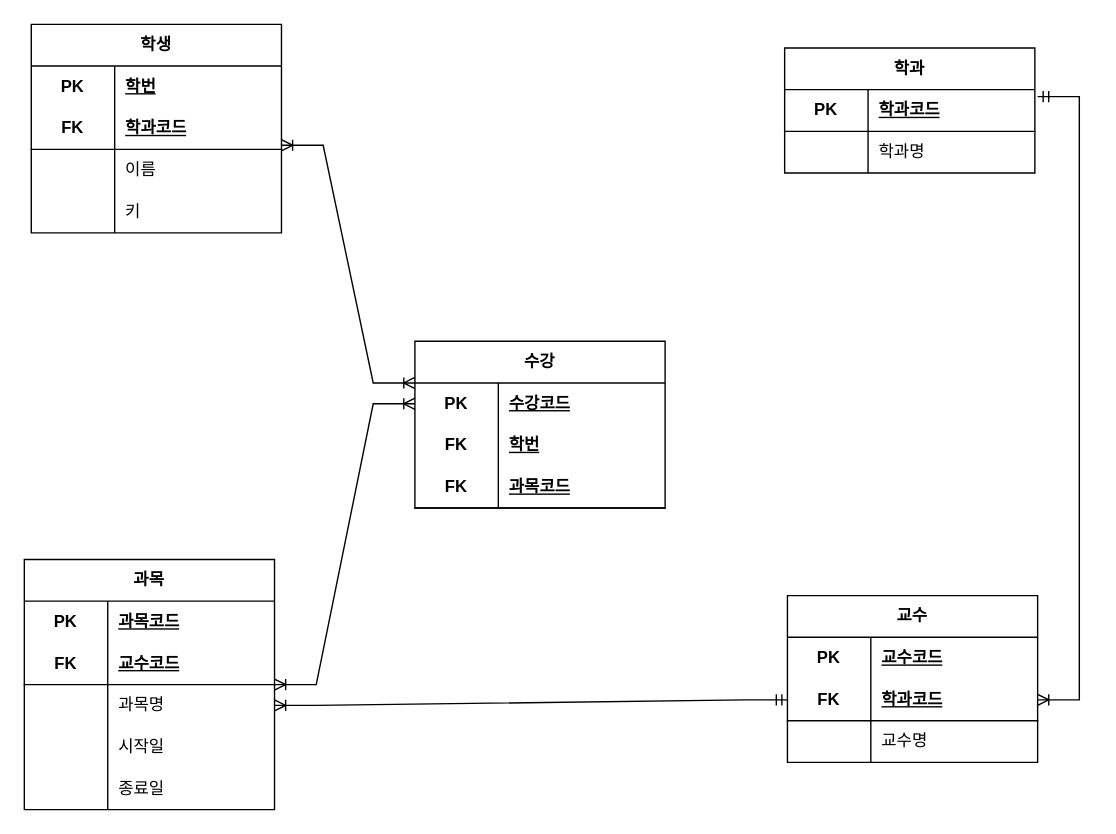
Earlier version of the draw.io diagram page "릴레이션" (2 of 2) of 학사관리.drawio (jinkyungpark/dbdesign). Source tidied: cells renumbered, new cells numbered last; positions are measured from the earlier drawing's top-left corner, leaving out a move shared by most shapes. Both pictures are drawn from the tidied source at 139%, with x=0, y=0 at pixel (24, 24).
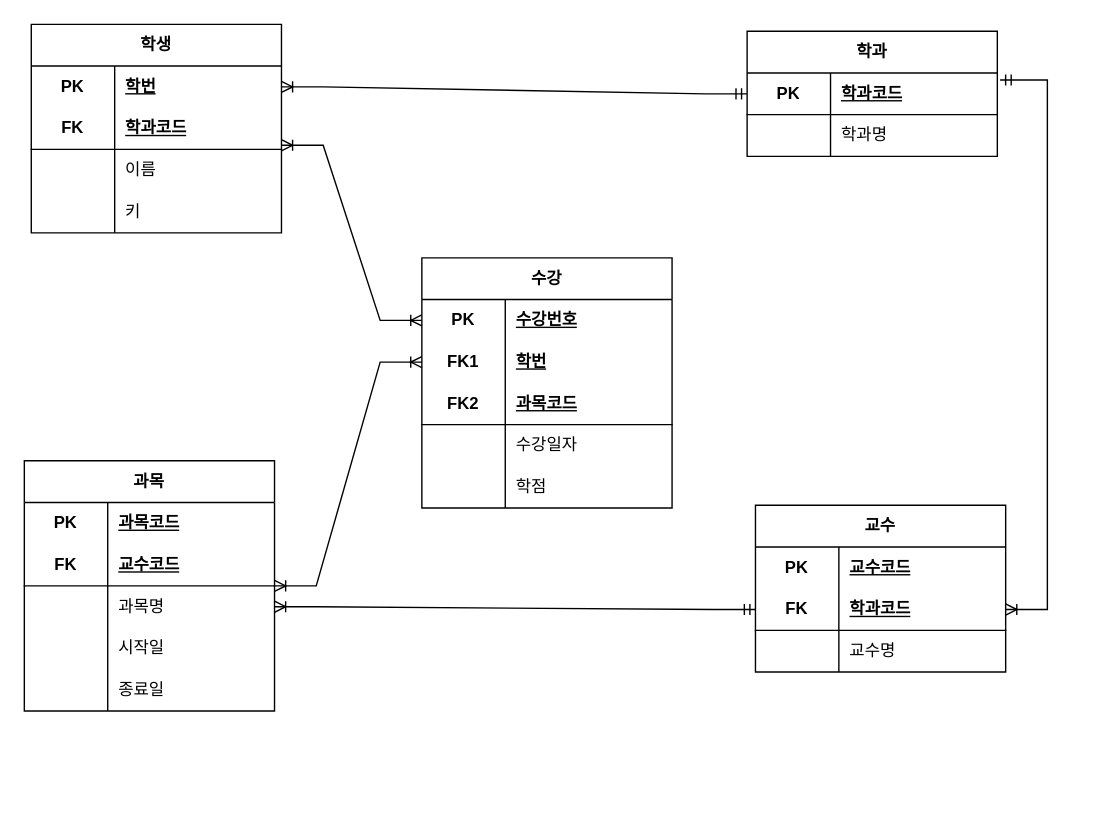
The same page after the edit.

Commit message:
학사관리.drawio 업데이트

Unchanged cells that the change refers to:
```xml
<mxCell id="3" style="shape=tableRow;horizontal=0;startSize=0;swimlaneHead=0;swimlaneBody=0;fillColor=none;points=[[0,0.5],[1,0.5]];portConstraint=eastwest;top=0;left=0;right=0;bottom=0;html=1;" parent="2" vertex="1">
  <mxGeometry y="30" width="180" height="30" as="geometry" />
</mxCell>
<mxCell id="16" style="shape=tableRow;horizontal=0;startSize=0;swimlaneHead=0;swimlaneBody=0;fillColor=none;points=[[0,0.5],[1,0.5]];portConstraint=eastwest;top=0;left=0;right=0;bottom=1;html=1;" parent="15" vertex="1">
  <mxGeometry y="30" width="180" height="30" as="geometry" />
</mxCell>
```

What changed in the source:
```diff
@@
     <mxCell id="15" value="학과" style="shape=table;startSize=30;childLayout=tableLayout;rowLines=0;fontStyle=1;align=center;html=1;whiteSpace=wrap;" parent="1" vertex="1">
-      <mxGeometry x="547" y="17" width="180" height="90" as="geometry" />
+      <mxGeometry x="520" y="5" width="180" height="90" as="geometry" />
     </mxCell>
@@
-    <mxCell id="22" value="수강" style="shape=table;startSize=30;childLayout=tableLayout;rowLines=0;fontStyle=1;align=center;html=1;whiteSpace=wrap;" parent="1" vertex="1">
-      <mxGeometry x="281" y="228" width="180" height="120" as="geometry" />
-    </mxCell>
-    <mxCell id="23" style="shape=tableRow;horizontal=0;startSize=0;swimlaneHead=0;swimlaneBody=0;fillColor=none;points=[[0,0.5],[1,0.5]];portConstraint=eastwest;top=0;left=0;right=0;bottom=0;html=1;" parent="22" vertex="1">
-      <mxGeometry y="30" width="180" height="30" as="geometry" />
-    </mxCell>
-    <mxCell id="24" value="PK" style="shape=partialRectangle;fillColor=none;top=0;left=0;bottom=0;right=0;fontStyle=1;overflow=hidden;html=1;whiteSpace=wrap;" parent="23" vertex="1">
-      <mxGeometry width="60" height="30" as="geometry" />
-    </mxCell>
-    <mxCell id="25" value="수강코드" style="shape=partialRectangle;fillColor=none;top=0;left=0;bottom=0;right=0;align=left;spacingLeft=6;fontStyle=5;overflow=hidden;html=1;whiteSpace=wrap;" parent="23" vertex="1">
-      <mxGeometry x="60" width="120" height="30" as="geometry" />
-    </mxCell>
-    <mxCell id="26" style="shape=tableRow;horizontal=0;startSize=0;swimlaneHead=0;swimlaneBody=0;fillColor=none;points=[[0,0.5],[1,0.5]];portConstraint=eastwest;top=0;left=0;right=0;bottom=0;html=1;" parent="22" vertex="1">
-      <mxGeometry y="60" width="180" height="30" as="geometry" />
-    </mxCell>
-    <mxCell id="27" value="FK" style="shape=partialRectangle;fillColor=none;top=0;left=0;bottom=0;right=0;fontStyle=1;overflow=hidden;html=1;whiteSpace=wrap;" parent="26" vertex="1">
-      <mxGeometry width="60" height="30" as="geometry" />
-    </mxCell>
-    <mxCell id="28" value="학번" style="shape=partialRectangle;fillColor=none;top=0;left=0;bottom=0;right=0;align=left;spacingLeft=6;fontStyle=5;overflow=hidden;html=1;whiteSpace=wrap;" parent="26" vertex="1">
-      <mxGeometry x="60" width="120" height="30" as="geometry" />
-    </mxCell>
-    <mxCell id="29" style="shape=tableRow;horizontal=0;startSize=0;swimlaneHead=0;swimlaneBody=0;fillColor=none;top=0;left=0;right=0;bottom=1;html=1;" parent="22" vertex="1">
-      <mxGeometry y="90" width="180" height="30" as="geometry" />
-    </mxCell>
-    <mxCell id="30" value="FK" style="shape=partialRectangle;fillColor=none;top=0;left=0;bottom=0;right=0;fontStyle=1;overflow=hidden;html=1;whiteSpace=wrap;" parent="29" vertex="1">
-      <mxGeometry width="60" height="30" as="geometry" />
-    </mxCell>
-    <mxCell id="31" value="과목코드" style="shape=partialRectangle;fillColor=none;top=0;left=0;bottom=0;right=0;align=left;spacingLeft=6;fontStyle=5;overflow=hidden;html=1;whiteSpace=wrap;" parent="29" vertex="1">
-      <mxGeometry x="60" width="120" height="30" as="geometry" />
-    </mxCell>
     <mxCell id="32" value="과목" style="shape=table;startSize=30;childLayout=tableLayout;rowLines=0;fontStyle=1;align=center;html=1;whiteSpace=wrap;" parent="1" vertex="1">
-      <mxGeometry y="385" width="180" height="180" as="geometry" />
+      <mxGeometry y="314" width="180" height="180" as="geometry" />
     </mxCell>
@@
     <mxCell id="48" value="교수" style="shape=table;startSize=30;childLayout=tableLayout;rowLines=0;fontStyle=1;align=center;html=1;whiteSpace=wrap;" parent="1" vertex="1">
-      <mxGeometry x="549" y="411" width="180" height="120" as="geometry" />
+      <mxGeometry x="526" y="346" width="180" height="120" as="geometry" />
     </mxCell>
@@
-    <mxCell id="59" style="edgeStyle=entityRelationEdgeStyle;fontSize=12;html=1;endArrow=ERoneToMany;startArrow=ERoneToMany;rounded=0;entryX=0;entryY=0.5;entryDx=0;entryDy=0;" parent="1" edge="1" source="32" target="23">
+    <mxCell id="59" style="edgeStyle=entityRelationEdgeStyle;fontSize=12;html=1;endArrow=ERoneToMany;startArrow=ERoneToMany;rounded=0;entryX=0;entryY=0.5;entryDx=0;entryDy=0;" parent="1" edge="1" source="32" target="26">
       <mxGeometry relative="1" as="geometry" />
     </mxCell>
-    <mxCell id="60" style="edgeStyle=entityRelationEdgeStyle;fontSize=12;html=1;endArrow=ERoneToMany;startArrow=ERoneToMany;rounded=0;entryX=0;entryY=0.25;entryDx=0;entryDy=0;" parent="1" edge="1" target="22">
+    <mxCell id="60" style="edgeStyle=entityRelationEdgeStyle;fontSize=12;html=1;endArrow=ERoneToMany;startArrow=ERoneToMany;rounded=0;entryX=0;entryY=0.5;entryDx=0;entryDy=0;" parent="1" edge="1" target="23">
       <mxGeometry relative="1" as="geometry">
         <mxPoint x="185" y="87" as="sourcePoint" />
       </mxGeometry>
     </mxCell>
@@
+    <mxCell id="22" value="수강" style="shape=table;startSize=30;childLayout=tableLayout;rowLines=0;fontStyle=1;align=center;html=1;whiteSpace=wrap;" parent="1" vertex="1">
+      <mxGeometry x="286" y="168" width="180" height="180" as="geometry" />
+    </mxCell>
+    <mxCell id="23" style="shape=tableRow;horizontal=0;startSize=0;swimlaneHead=0;swimlaneBody=0;fillColor=none;points=[[0,0.5],[1,0.5]];portConstraint=eastwest;top=0;left=0;right=0;bottom=0;html=1;" parent="22" vertex="1">
+      <mxGeometry y="30" width="180" height="30" as="geometry" />
+    </mxCell>
+    <mxCell id="24" value="PK" style="shape=partialRectangle;fillColor=none;top=0;left=0;bottom=0;right=0;fontStyle=1;overflow=hidden;html=1;whiteSpace=wrap;" parent="23" vertex="1">
+      <mxGeometry width="60" height="30" as="geometry" />
+    </mxCell>
+    <mxCell id="62" value="수강번호" style="shape=partialRectangle;fillColor=none;top=0;left=0;bottom=0;right=0;align=left;spacingLeft=6;fontStyle=5;overflow=hidden;html=1;whiteSpace=wrap;" parent="23" vertex="1">
+      <mxGeometry x="60" width="120" height="30" as="geometry" />
+    </mxCell>
+    <mxCell id="26" style="shape=tableRow;horizontal=0;startSize=0;swimlaneHead=0;swimlaneBody=0;fillColor=none;points=[[0,0.5],[1,0.5]];portConstraint=eastwest;top=0;left=0;right=0;bottom=0;html=1;" parent="22" vertex="1">
+      <mxGeometry y="60" width="180" height="30" as="geometry" />
+    </mxCell>
+    <mxCell id="63" value="FK1" style="shape=partialRectangle;fillColor=none;top=0;left=0;bottom=0;right=0;fontStyle=1;overflow=hidden;html=1;whiteSpace=wrap;" parent="26" vertex="1">
+      <mxGeometry width="60" height="30" as="geometry" />
+    </mxCell>
+    <mxCell id="28" value="학번" style="shape=partialRectangle;fillColor=none;top=0;left=0;bottom=0;right=0;align=left;spacingLeft=6;fontStyle=5;overflow=hidden;html=1;whiteSpace=wrap;" parent="26" vertex="1">
+      <mxGeometry x="60" width="120" height="30" as="geometry" />
+    </mxCell>
+    <mxCell id="29" style="shape=tableRow;horizontal=0;startSize=0;swimlaneHead=0;swimlaneBody=0;fillColor=none;top=0;left=0;right=0;bottom=1;html=1;" parent="22" vertex="1">
+      <mxGeometry y="90" width="180" height="30" as="geometry" />
+    </mxCell>
+    <mxCell id="64" value="FK2" style="shape=partialRectangle;fillColor=none;top=0;left=0;bottom=0;right=0;fontStyle=1;overflow=hidden;html=1;whiteSpace=wrap;" parent="29" vertex="1">
+      <mxGeometry width="60" height="30" as="geometry" />
+    </mxCell>
+    <mxCell id="31" value="과목코드" style="shape=partialRectangle;fillColor=none;top=0;left=0;bottom=0;right=0;align=left;spacingLeft=6;fontStyle=5;overflow=hidden;html=1;whiteSpace=wrap;" parent="29" vertex="1">
+      <mxGeometry x="60" width="120" height="30" as="geometry" />
+    </mxCell>
+    <mxCell id="65" style="shape=tableRow;horizontal=0;startSize=0;swimlaneHead=0;swimlaneBody=0;fillColor=none;top=0;left=0;right=0;bottom=0;html=1;" parent="22" vertex="1">
+      <mxGeometry y="120" width="180" height="30" as="geometry" />
+    </mxCell>
+    <mxCell id="66" style="shape=partialRectangle;fillColor=none;top=0;left=0;bottom=0;right=0;overflow=hidden;html=1;whiteSpace=wrap;" parent="65" vertex="1">
+      <mxGeometry width="60" height="30" as="geometry" />
+    </mxCell>
+    <mxCell id="67" value="수강일자" style="shape=partialRectangle;fillColor=none;top=0;left=0;bottom=0;right=0;align=left;spacingLeft=6;overflow=hidden;html=1;whiteSpace=wrap;" parent="65" vertex="1">
+      <mxGeometry x="60" width="120" height="30" as="geometry" />
+    </mxCell>
+    <mxCell id="68" style="shape=tableRow;horizontal=0;startSize=0;swimlaneHead=0;swimlaneBody=0;fillColor=none;top=0;left=0;right=0;bottom=0;html=1;" parent="22" vertex="1">
+      <mxGeometry y="150" width="180" height="30" as="geometry" />
+    </mxCell>
+    <mxCell id="69" style="shape=partialRectangle;fillColor=none;top=0;left=0;bottom=0;right=0;overflow=hidden;html=1;whiteSpace=wrap;" parent="68" vertex="1">
+      <mxGeometry width="60" height="30" as="geometry" />
+    </mxCell>
+    <mxCell id="70" value="학점" style="shape=partialRectangle;fillColor=none;top=0;left=0;bottom=0;right=0;align=left;spacingLeft=6;overflow=hidden;html=1;whiteSpace=wrap;" parent="68" vertex="1">
+      <mxGeometry x="60" width="120" height="30" as="geometry" />
+    </mxCell>
+    <mxCell id="71" style="edgeStyle=entityRelationEdgeStyle;fontSize=12;html=1;endArrow=ERoneToMany;startArrow=ERmandOne;rounded=0;entryX=1;entryY=0.5;entryDx=0;entryDy=0;exitX=0;exitY=0.5;exitDx=0;exitDy=0;" parent="1" edge="1" source="16" target="3">
+      <mxGeometry relative="1" as="geometry" />
+    </mxCell>
```
